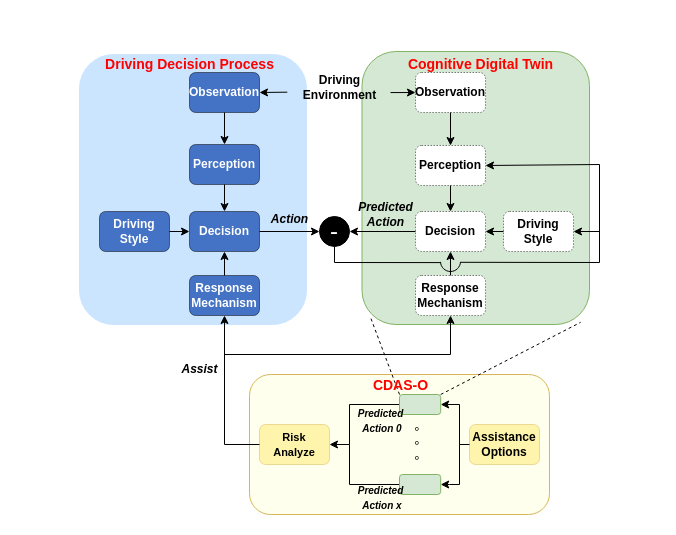
This is page "CDAS-O overview abstract" (4 of 5) of CDAS-O.drawio from SlidingEagle/draw.io, a draw.io file, before an edit. Source tidied: cells renumbered, new cells numbered last; positions are measured from the earlier drawing's top-left corner, leaving out a move shared by most shapes. Both pictures are drawn from the tidied source at 100%, with x=0, y=0 at pixel (17, 49).
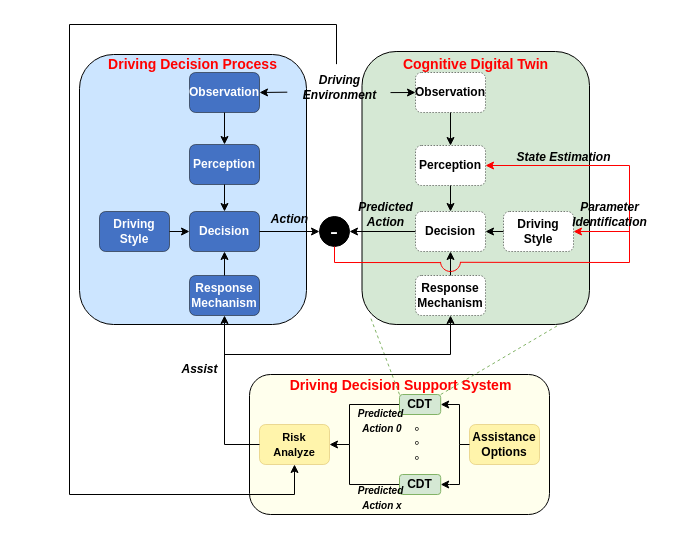
Above is the later version.

Unchanged cells that the change refers to:
```xml
<mxCell id="14" value="&lt;b&gt;Perception&lt;/b&gt;" style="rounded=1;whiteSpace=wrap;html=1;fillColor=#FFFFFF;strokeWidth=0.5;dashed=1;" parent="1" vertex="1">
  <mxGeometry x="398" y="96" width="70" height="40" as="geometry" />
</mxCell>
<mxCell id="19" value="&lt;b&gt;Driving&lt;br&gt;Style&lt;/b&gt;" style="rounded=1;whiteSpace=wrap;html=1;fillColor=#FFFFFF;strokeWidth=0.5;dashed=1;" parent="1" vertex="1">
  <mxGeometry x="486" y="162" width="70" height="40" as="geometry" />
</mxCell>
<mxCell id="23" value="&lt;font style=&quot;font-size: 11px;&quot;&gt;&lt;b style=&quot;&quot;&gt;Risk&lt;br&gt;Analyze&lt;/b&gt;&lt;/font&gt;" style="rounded=1;whiteSpace=wrap;html=1;fillColor=#FFF4AB;strokeWidth=0.5;strokeColor=#d6b656;" parent="1" vertex="1">
  <mxGeometry x="242" y="375" width="70" height="40" as="geometry" />
</mxCell>
```

What changed in the source:
```diff
@@
-    <mxCell id="2" style="rounded=1;whiteSpace=wrap;html=1;fillColor=#CCE5FF;strokeColor=#CCE5FF;" parent="1" vertex="1">
+    <mxCell id="2" style="rounded=1;whiteSpace=wrap;html=1;fillColor=#CCE5FF;strokeColor=#000000;" parent="1" vertex="1">
       <mxGeometry x="62" y="5" width="227" height="270" as="geometry" />
     </mxCell>
@@
-    <mxCell id="12" style="rounded=1;whiteSpace=wrap;html=1;fillColor=#d5e8d4;strokeColor=#82b366;" parent="1" vertex="1">
+    <mxCell id="12" style="rounded=1;whiteSpace=wrap;html=1;fillColor=#d5e8d4;strokeColor=#000000;" parent="1" vertex="1">
       <mxGeometry x="344.5" y="2" width="227.5" height="273" as="geometry" />
     </mxCell>
@@
-    <mxCell id="22" style="rounded=1;whiteSpace=wrap;html=1;fillColor=#FFFFED;strokeColor=#d6b656;" parent="1" vertex="1">
+    <mxCell id="22" style="rounded=1;whiteSpace=wrap;html=1;fillColor=#FFFFED;strokeColor=#000000;" parent="1" vertex="1">
       <mxGeometry x="232" y="325" width="300" height="140" as="geometry" />
     </mxCell>
@@
-    <mxCell id="24" style="endArrow=none;dashed=1;html=1;rounded=0;exitX=0;exitY=0;exitDx=0;exitDy=0;entryX=0.038;entryY=0.975;entryDx=0;entryDy=0;entryPerimeter=0;" parent="1" edge="1" source="33" target="12">
+    <mxCell id="24" style="endArrow=none;dashed=1;html=1;rounded=0;exitX=0;exitY=0;exitDx=0;exitDy=0;entryX=0.038;entryY=0.975;entryDx=0;entryDy=0;entryPerimeter=0;fillColor=#d5e8d4;strokeColor=#82b366;" parent="1" edge="1" source="33" target="12">
       <mxGeometry relative="1" as="geometry" />
     </mxCell>
-    <mxCell id="25" style="endArrow=none;dashed=1;html=1;rounded=0;exitX=1;exitY=0;exitDx=0;exitDy=0;entryX=0.961;entryY=0.992;entryDx=0;entryDy=0;entryPerimeter=0;" parent="1" edge="1" source="33" target="12">
-      <mxGeometry relative="1" as="geometry" />
+    <mxCell id="25" style="endArrow=none;dashed=1;html=1;rounded=0;exitX=1;exitY=0;exitDx=0;exitDy=0;fillColor=#d5e8d4;strokeColor=#82b366;" parent="1" edge="1" source="33">
+      <mxGeometry relative="1" as="geometry">
+        <mxPoint x="542" y="275" as="targetPoint" />
+      </mxGeometry>
     </mxCell>
@@
-    <mxCell id="33" style="rounded=1;whiteSpace=wrap;html=1;fillColor=#d5e8d4;strokeColor=#82b366;" parent="1" vertex="1">
+    <mxCell id="33" value="&lt;b&gt;CDT&lt;/b&gt;" style="rounded=1;whiteSpace=wrap;html=1;fillColor=#d5e8d4;strokeColor=#82b366;" parent="1" vertex="1">
       <mxGeometry x="382" y="345" width="41.2" height="20" as="geometry" />
     </mxCell>
-    <mxCell id="34" style="rounded=1;whiteSpace=wrap;html=1;fillColor=#d5e8d4;strokeColor=#82b366;" parent="1" vertex="1">
+    <mxCell id="34" value="&lt;b&gt;CDT&lt;/b&gt;" style="rounded=1;whiteSpace=wrap;html=1;fillColor=#d5e8d4;strokeColor=#82b366;" parent="1" vertex="1">
       <mxGeometry x="382" y="425" width="41.2" height="20" as="geometry" />
     </mxCell>
     <mxCell id="35" value="&lt;b style=&quot;border-color: var(--border-color); color: rgb(255, 0, 0);&quot;&gt;&lt;font style=&quot;font-size: 14px;&quot;&gt;Driving Decision Process&lt;/font&gt;&lt;/b&gt;" style="text;html=1;align=center;verticalAlign=middle;whiteSpace=wrap;rounded=0;" parent="1" vertex="1">
-      <mxGeometry x="-0.5" width="345" height="30" as="geometry" />
+      <mxGeometry x="3" width="345" height="30" as="geometry" />
     </mxCell>
     <mxCell id="36" value="&lt;b style=&quot;border-color: var(--border-color); color: rgb(255, 0, 0);&quot;&gt;&lt;font style=&quot;font-size: 14px;&quot;&gt;Cognitive Digital Twin&lt;/font&gt;&lt;/b&gt;" style="text;html=1;align=center;verticalAlign=middle;whiteSpace=wrap;rounded=0;" parent="1" vertex="1">
-      <mxGeometry x="290.8" width="345" height="30" as="geometry" />
+      <mxGeometry x="285.8" width="345" height="30" as="geometry" />
     </mxCell>
-    <mxCell id="37" value="&lt;b style=&quot;border-color: var(--border-color); color: rgb(255, 0, 0);&quot;&gt;&lt;font style=&quot;font-size: 14px;&quot;&gt;CDAS-O&lt;/font&gt;&lt;/b&gt;" style="text;html=1;align=center;verticalAlign=middle;whiteSpace=wrap;rounded=0;" parent="1" vertex="1">
-      <mxGeometry x="211" y="321" width="345" height="30" as="geometry" />
-    </mxCell>
@@
-    <mxCell id="44" value="&lt;b&gt;Driving&lt;br&gt;Environment&lt;/b&gt;" style="text;html=1;align=center;verticalAlign=middle;points=[];strokeColor=none;fillColor=none;" parent="1" vertex="1">
+    <mxCell id="44" value="&lt;b&gt;&lt;i&gt;Driving&lt;br&gt;Environment&lt;/i&gt;&lt;/b&gt;" style="text;html=1;align=center;verticalAlign=middle;points=[];strokeColor=none;fillColor=none;" parent="1" vertex="1">
       <mxGeometry x="272" y="18" width="100" height="40" as="geometry" />
     </mxCell>
@@
-    <mxCell id="47" style="endArrow=classic;html=1;rounded=0;entryX=1;entryY=0.5;entryDx=0;entryDy=0;" parent="1" edge="1" target="14">
+    <mxCell id="47" style="endArrow=classic;html=1;rounded=0;entryX=1;entryY=0.5;entryDx=0;entryDy=0;strokeColor=#FF0000;" parent="1" edge="1" target="14">
       <mxGeometry relative="1" as="geometry">
-        <mxPoint x="582" y="185" as="sourcePoint" />
+        <mxPoint x="612" y="185" as="sourcePoint" />
         <Array as="points">
-          <mxPoint x="582" y="115" />
+          <mxPoint x="612" y="116" />
         </Array>
       </mxGeometry>
     </mxCell>
-    <mxCell id="48" style="verticalLabelPosition=bottom;verticalAlign=top;html=1;shape=mxgraph.basic.arc;startAngle=0.25636280567399594;endAngle=0.7436371943260041;" parent="1" vertex="1">
+    <mxCell id="48" style="verticalLabelPosition=bottom;verticalAlign=top;html=1;shape=mxgraph.basic.arc;startAngle=0.25636280567399594;endAngle=0.7436371943260041;strokeColor=#FF0000;" parent="1" vertex="1">
       <mxGeometry x="423" y="202" width="20" height="20" as="geometry" />
     </mxCell>
-    <mxCell id="49" style="endArrow=none;html=1;rounded=0;entryX=0.5;entryY=1;entryDx=0;entryDy=0;exitX=0.017;exitY=0.553;exitDx=0;exitDy=0;exitPerimeter=0;" parent="1" edge="1">
+    <mxCell id="49" style="endArrow=none;html=1;rounded=0;entryX=0.5;entryY=1;entryDx=0;entryDy=0;exitX=0.017;exitY=0.553;exitDx=0;exitDy=0;exitPerimeter=0;strokeColor=#FF0000;" parent="1" edge="1">
       <mxGeometry relative="1" as="geometry">
         <mxPoint x="423.3" y="213.1" as="sourcePoint" />
         <mxPoint x="317" y="197" as="targetPoint" />
         <Array as="points">
           <mxPoint x="317" y="213" />
         </Array>
       </mxGeometry>
     </mxCell>
-    <mxCell id="50" style="endArrow=classic;html=1;rounded=0;exitX=1.003;exitY=0.54;exitDx=0;exitDy=0;exitPerimeter=0;entryX=1;entryY=0.5;entryDx=0;entryDy=0;" parent="1" edge="1" source="48" target="19">
+    <mxCell id="50" style="endArrow=classic;html=1;rounded=0;exitX=1.003;exitY=0.54;exitDx=0;exitDy=0;exitPerimeter=0;entryX=1;entryY=0.5;entryDx=0;entryDy=0;strokeColor=#FF0000;" parent="1" edge="1" source="48" target="19">
       <mxGeometry relative="1" as="geometry">
         <Array as="points">
-          <mxPoint x="582" y="213" />
-          <mxPoint x="582" y="182" />
+          <mxPoint x="612" y="213" />
+          <mxPoint x="612" y="182" />
         </Array>
       </mxGeometry>
     </mxCell>
@@
+    <mxCell id="54" style="endArrow=classic;html=1;rounded=0;entryX=0.5;entryY=1;entryDx=0;entryDy=0;exitX=0.47;exitY=-0.084;exitDx=0;exitDy=0;exitPerimeter=0;" parent="1" edge="1" source="44" target="23">
+      <mxGeometry relative="1" as="geometry">
+        <Array as="points">
+          <mxPoint x="319" y="-25" />
+          <mxPoint x="52" y="-25" />
+          <mxPoint x="52" y="445" />
+          <mxPoint x="277" y="445" />
+        </Array>
+      </mxGeometry>
+    </mxCell>
+    <mxCell id="55" value="&lt;b&gt;&lt;i&gt;State Estimation&lt;/i&gt;&lt;/b&gt;" style="text;html=1;align=center;verticalAlign=middle;strokeColor=none;fillColor=none;" parent="1" vertex="1">
+      <mxGeometry x="486" y="93" width="120" height="30" as="geometry" />
+    </mxCell>
+    <mxCell id="56" value="&lt;b&gt;&lt;i&gt;Parameter &lt;br&gt;Identification&lt;/i&gt;&lt;/b&gt;" style="text;html=1;align=center;verticalAlign=middle;strokeColor=none;fillColor=none;" parent="1" vertex="1">
+      <mxGeometry x="542" y="145" width="100" height="40" as="geometry" />
+    </mxCell>
+    <mxCell id="37" value="&lt;b style=&quot;border-color: var(--border-color); color: rgb(255, 0, 0);&quot;&gt;&lt;font style=&quot;font-size: 14px;&quot;&gt;Driving Decision Support System&lt;/font&gt;&lt;/b&gt;" style="text;html=1;align=center;verticalAlign=middle;whiteSpace=wrap;rounded=0;" parent="1" vertex="1">
+      <mxGeometry x="211" y="321" width="345" height="30" as="geometry" />
+    </mxCell>
```
